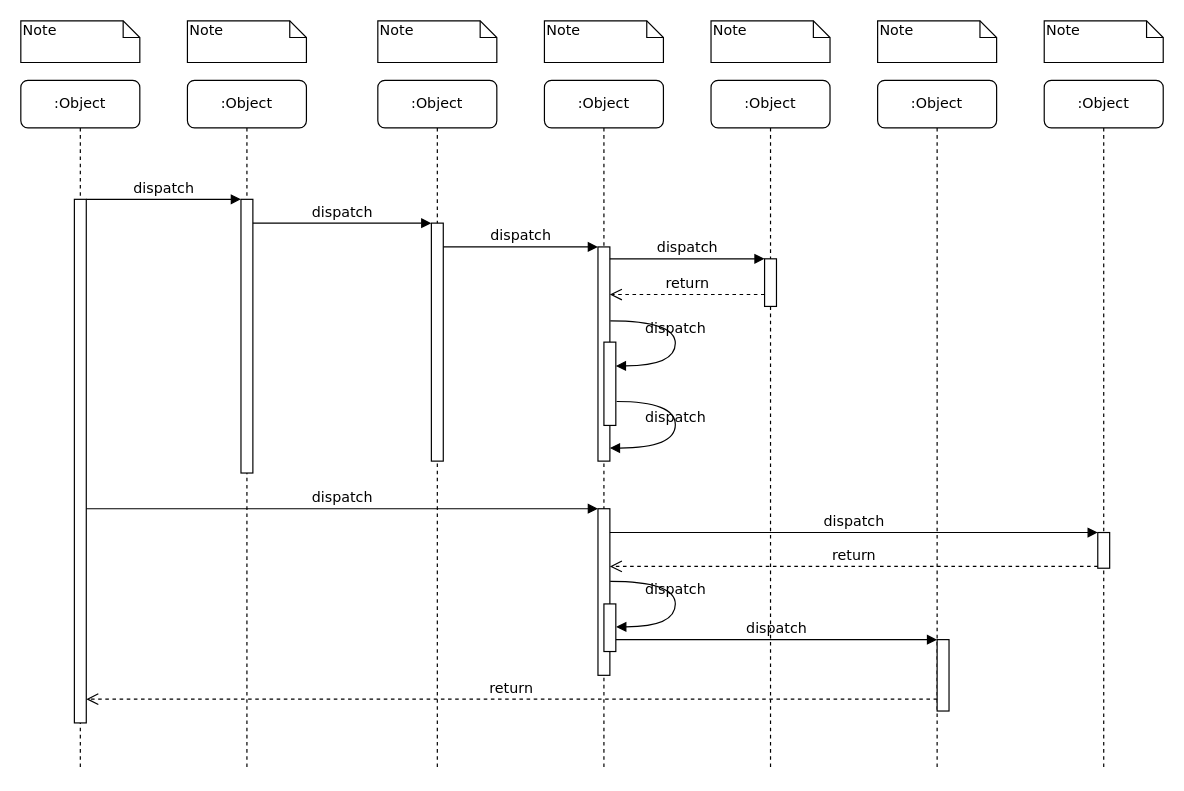
Earlier version of the draw.io diagram Untitled Diagram.drawio (chenleirr/tool). Source tidied: cells renumbered, new cells numbered last; positions are measured from the earlier drawing's top-left corner, leaving out a move shared by most shapes. Both pictures are drawn from the tidied source at 119%, with x=0, y=0 at pixel (20, 20).
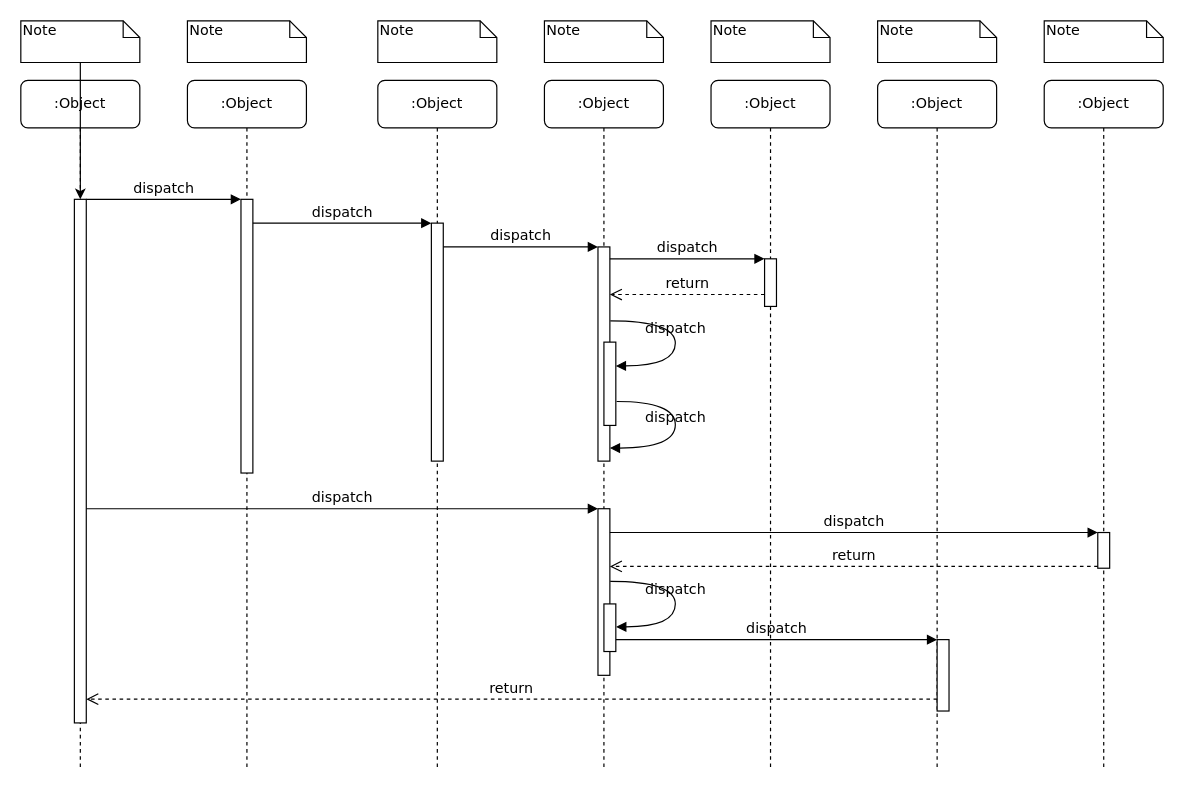
The same page after the edit.

The change refers to these unchanged cells:
```xml
<mxCell id="11" style="html=1;points=[];perimeter=orthogonalPerimeter;rounded=0;shadow=0;comic=0;labelBackgroundColor=none;strokeWidth=1;fontFamily=Verdana;fontSize=12;align=center;" parent="10" vertex="1">
  <mxGeometry x="45" y="100" width="10" height="440" as="geometry" />
</mxCell>
<mxCell id="32" value="Note" style="shape=note;whiteSpace=wrap;html=1;size=14;verticalAlign=top;align=left;spacingTop=-6;rounded=0;shadow=0;comic=0;labelBackgroundColor=none;strokeWidth=1;fontFamily=Verdana;fontSize=12;" parent="1" vertex="1">
  <mxGeometry width="100" height="35" as="geometry" />
</mxCell>
```

What changed in the source:
```diff
@@
+    <mxCell id="39" style="edgeStyle=orthogonalEdgeStyle;rounded=0;jettySize=auto;html=1;" parent="1" edge="1" source="32" target="11">
+      <mxGeometry relative="1" as="geometry" />
+    </mxCell>
```
